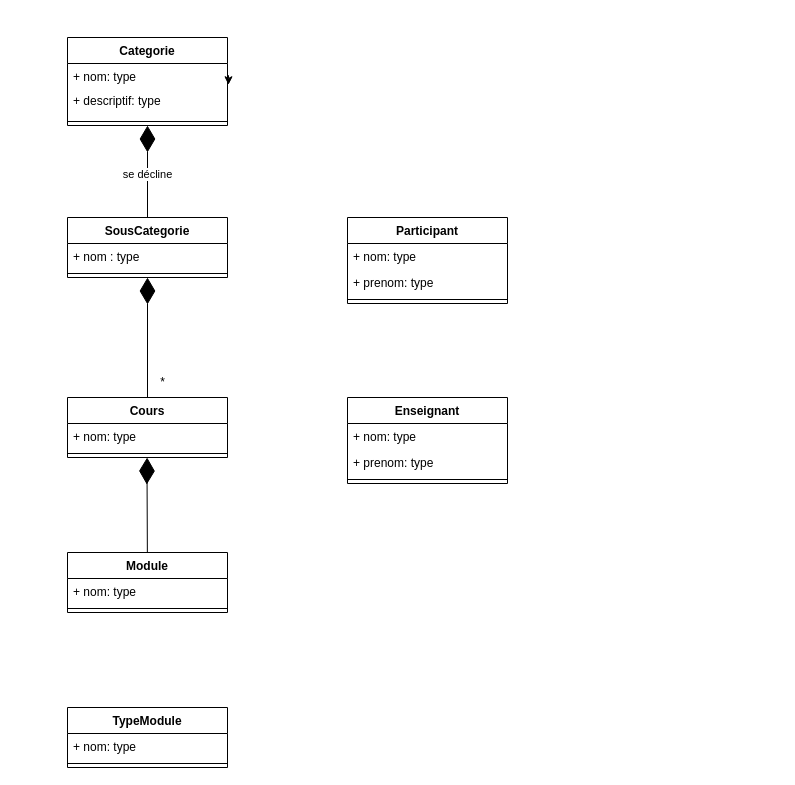
jean-seb-2106/pythontest keeps this draw.io diagram as MasKaret.drawio. Above is the earlier version. Source tidied: cells renumbered, new cells numbered last; positions are measured from the earlier drawing's top-left corner, leaving out a move shared by most shapes. Both pictures are drawn from the tidied source at 100%, with x=0, y=0 at pixel (67, 37).
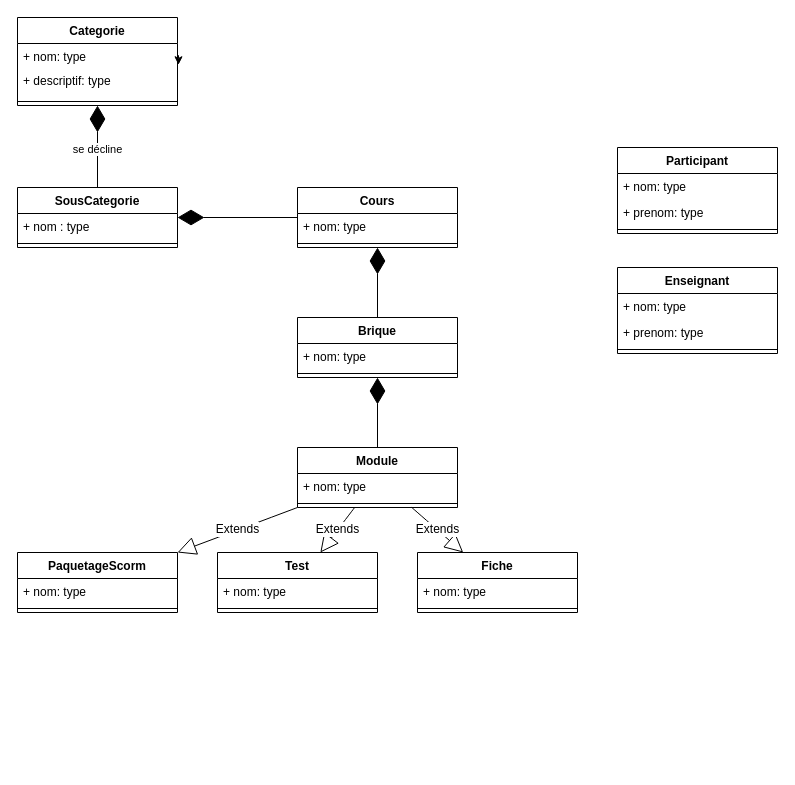
The same page after the edit.

Commit message:
Mettre à jour MasKaret.drawio

What changed in the source:
```diff
@@
     <mxCell id="2" value="Categorie" style="swimlane;fontStyle=1;align=center;verticalAlign=top;horizontal=1;startSize=26;whiteSpace=wrap;html=1;" parent="1" vertex="1">
-      <mxGeometry width="160" height="88" as="geometry" />
+      <mxGeometry x="-50" y="-20" width="160" height="88" as="geometry" />
     </mxCell>
@@
     <mxCell id="7" value="SousCategorie" style="swimlane;fontStyle=1;align=center;verticalAlign=top;horizontal=1;startSize=26;whiteSpace=wrap;html=1;" parent="1" vertex="1">
-      <mxGeometry y="180" width="160" height="60" as="geometry" />
+      <mxGeometry x="-50" y="150" width="160" height="60" as="geometry" />
     </mxCell>
@@
     <mxCell id="10" value="Cours" style="swimlane;fontStyle=1;align=center;verticalAlign=top;horizontal=1;startSize=26;whiteSpace=wrap;html=1;" parent="1" vertex="1">
-      <mxGeometry y="360" width="160" height="60" as="geometry" />
+      <mxGeometry x="230" y="150" width="160" height="60" as="geometry" />
     </mxCell>
@@
     <mxCell id="13" value="Module" style="swimlane;fontStyle=1;align=center;verticalAlign=top;horizontal=1;startSize=26;whiteSpace=wrap;html=1;" parent="1" vertex="1">
-      <mxGeometry y="515" width="160" height="60" as="geometry" />
+      <mxGeometry x="230" y="410" width="160" height="60" as="geometry" />
     </mxCell>
@@
-    <mxCell id="16" value="TypeModule" style="swimlane;fontStyle=1;align=center;verticalAlign=top;horizontal=1;startSize=26;whiteSpace=wrap;html=1;" parent="1" vertex="1">
-      <mxGeometry y="670" width="160" height="60" as="geometry" />
-    </mxCell>
-    <mxCell id="17" value="+ nom: type" style="text;strokeColor=none;fillColor=none;align=left;verticalAlign=top;spacingLeft=4;spacingRight=4;overflow=hidden;whiteSpace=wrap;html=1;" parent="16" vertex="1">
-      <mxGeometry y="26" width="160" height="26" as="geometry" />
-    </mxCell>
-    <mxCell id="18" style="line;strokeWidth=1;fillColor=none;align=left;verticalAlign=middle;spacingTop=-1;spacingLeft=3;spacingRight=3;labelPosition=right;strokeColor=inherit;" parent="16" vertex="1">
-      <mxGeometry y="52" width="160" height="8" as="geometry" />
-    </mxCell>
@@
-    <mxCell id="22" style="endArrow=diamondThin;endFill=1;endSize=24;html=1;rounded=0;" parent="1" edge="1" source="13" target="10">
-      <mxGeometry relative="1" as="geometry">
-        <Array as="points">
-          <mxPoint x="79.5" y="430" />
-        </Array>
-      </mxGeometry>
-    </mxCell>
     <mxCell id="23" value="Enseignant" style="swimlane;fontStyle=1;align=center;verticalAlign=top;horizontal=1;startSize=26;whiteSpace=wrap;html=1;" parent="1" vertex="1">
-      <mxGeometry x="280" y="360" width="160" height="86" as="geometry" />
+      <mxGeometry x="550" y="230" width="160" height="86" as="geometry" />
     </mxCell>
@@
     <mxCell id="27" value="Participant" style="swimlane;fontStyle=1;align=center;verticalAlign=top;horizontal=1;startSize=26;whiteSpace=wrap;html=1;" parent="1" vertex="1">
-      <mxGeometry x="280" y="180" width="160" height="86" as="geometry" />
+      <mxGeometry x="550" y="110" width="160" height="86" as="geometry" />
     </mxCell>
@@
-    <mxCell id="31" value="*" style="text;html=1;align=center;verticalAlign=middle;strokeColor=none;fillColor=none;" parent="1" vertex="1">
-      <mxGeometry x="80" y="330" width="30" height="30" as="geometry" />
-    </mxCell>
+    <mxCell id="32" value="Extends" style="endArrow=block;endSize=16;endFill=0;html=1;rounded=0;fontSize=12;curved=1;" parent="1" edge="1" source="13" target="33">
+      <mxGeometry relative="1" as="geometry" />
+    </mxCell>
+    <mxCell id="33" value="PaquetageScorm" style="swimlane;fontStyle=1;align=center;verticalAlign=top;horizontal=1;startSize=26;whiteSpace=wrap;html=1;" parent="1" vertex="1">
+      <mxGeometry x="-50" y="515" width="160" height="60" as="geometry" />
+    </mxCell>
+    <mxCell id="34" value="+ nom: type" style="text;strokeColor=none;fillColor=none;align=left;verticalAlign=top;spacingLeft=4;spacingRight=4;overflow=hidden;whiteSpace=wrap;html=1;" parent="33" vertex="1">
+      <mxGeometry y="26" width="160" height="26" as="geometry" />
+    </mxCell>
+    <mxCell id="35" style="line;strokeWidth=1;fillColor=none;align=left;verticalAlign=middle;spacingTop=-1;spacingLeft=3;spacingRight=3;labelPosition=right;strokeColor=inherit;" parent="33" vertex="1">
+      <mxGeometry y="52" width="160" height="8" as="geometry" />
+    </mxCell>
+    <mxCell id="36" value="Brique" style="swimlane;fontStyle=1;align=center;verticalAlign=top;horizontal=1;startSize=26;whiteSpace=wrap;html=1;" parent="1" vertex="1">
+      <mxGeometry x="230" y="280" width="160" height="60" as="geometry" />
+    </mxCell>
+    <mxCell id="37" value="+ nom: type" style="text;strokeColor=none;fillColor=none;align=left;verticalAlign=top;spacingLeft=4;spacingRight=4;overflow=hidden;whiteSpace=wrap;html=1;" parent="36" vertex="1">
+      <mxGeometry y="26" width="160" height="26" as="geometry" />
+    </mxCell>
+    <mxCell id="38" style="line;strokeWidth=1;fillColor=none;align=left;verticalAlign=middle;spacingTop=-1;spacingLeft=3;spacingRight=3;labelPosition=right;strokeColor=inherit;" parent="36" vertex="1">
+      <mxGeometry y="52" width="160" height="8" as="geometry" />
+    </mxCell>
+    <mxCell id="39" style="endArrow=diamondThin;endFill=1;endSize=24;html=1;rounded=0;" parent="1" edge="1" source="36" target="10">
+      <mxGeometry relative="1" as="geometry" />
+    </mxCell>
+    <mxCell id="40" style="endArrow=diamondThin;endFill=1;endSize=24;html=1;rounded=0;" parent="1" edge="1" source="13" target="36">
+      <mxGeometry relative="1" as="geometry" />
+    </mxCell>
+    <mxCell id="41" value="Extends" style="endArrow=block;endSize=16;endFill=0;html=1;rounded=0;fontSize=12;curved=1;" parent="1" edge="1" source="13" target="42">
+      <mxGeometry relative="1" as="geometry" />
+    </mxCell>
+    <mxCell id="42" value="Test" style="swimlane;fontStyle=1;align=center;verticalAlign=top;horizontal=1;startSize=26;whiteSpace=wrap;html=1;" parent="1" vertex="1">
+      <mxGeometry x="150" y="515" width="160" height="60" as="geometry" />
+    </mxCell>
+    <mxCell id="43" value="+ nom: type" style="text;strokeColor=none;fillColor=none;align=left;verticalAlign=top;spacingLeft=4;spacingRight=4;overflow=hidden;whiteSpace=wrap;html=1;" parent="42" vertex="1">
+      <mxGeometry y="26" width="160" height="26" as="geometry" />
+    </mxCell>
+    <mxCell id="44" style="line;strokeWidth=1;fillColor=none;align=left;verticalAlign=middle;spacingTop=-1;spacingLeft=3;spacingRight=3;labelPosition=right;strokeColor=inherit;" parent="42" vertex="1">
+      <mxGeometry y="52" width="160" height="8" as="geometry" />
+    </mxCell>
+    <mxCell id="45" value="Fiche" style="swimlane;fontStyle=1;align=center;verticalAlign=top;horizontal=1;startSize=26;whiteSpace=wrap;html=1;" parent="1" vertex="1">
+      <mxGeometry x="350" y="515" width="160" height="60" as="geometry" />
+    </mxCell>
+    <mxCell id="46" value="+ nom: type" style="text;strokeColor=none;fillColor=none;align=left;verticalAlign=top;spacingLeft=4;spacingRight=4;overflow=hidden;whiteSpace=wrap;html=1;" parent="45" vertex="1">
+      <mxGeometry y="26" width="160" height="26" as="geometry" />
+    </mxCell>
+    <mxCell id="47" style="line;strokeWidth=1;fillColor=none;align=left;verticalAlign=middle;spacingTop=-1;spacingLeft=3;spacingRight=3;labelPosition=right;strokeColor=inherit;" parent="45" vertex="1">
+      <mxGeometry y="52" width="160" height="8" as="geometry" />
+    </mxCell>
+    <mxCell id="48" value="Extends" style="endArrow=block;endSize=16;endFill=0;html=1;rounded=0;fontSize=12;curved=1;" parent="1" edge="1" source="13" target="45">
+      <mxGeometry relative="1" as="geometry" />
+    </mxCell>
```
